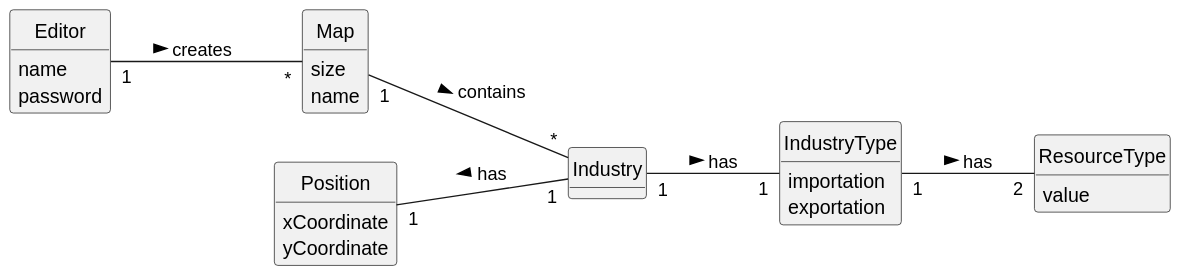
This is Sprint3/US002/02.analysis/svg/US002-DM.svg from 1240935/pi2-railway-simulator, a PlantUML export, as it was before one commit.
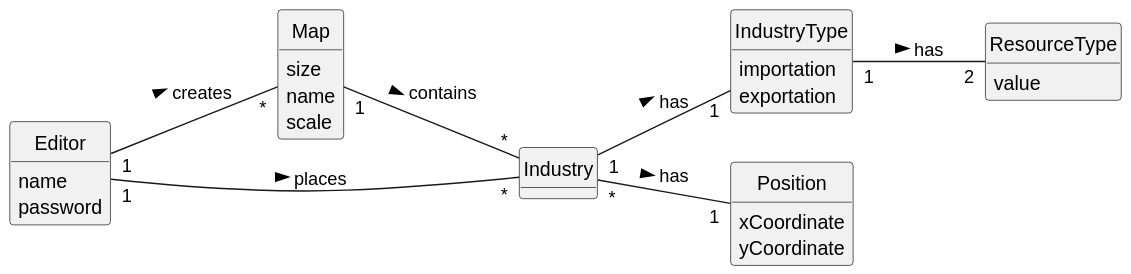
After the change.

The edit, as a diff of the source:
```diff
@@ -16,6 +16,7 @@
 class Map {
     size
     name
+    scale
 }
 
 class Industry {
@@ -36,8 +37,9 @@
 }
 
 Editor "1" -- "*" Map: creates >
+Editor "1" -- "*" Industry: places >
 Map "1" -- "*" Industry: contains >
-Position "1" -- "1" Industry: has <
+Industry "*" -- "1" Position: has >
 Industry "1" -- "1" IndustryType: has >
 IndustryType "1" -- "2" ResourceType : has >
 @enduml
```
